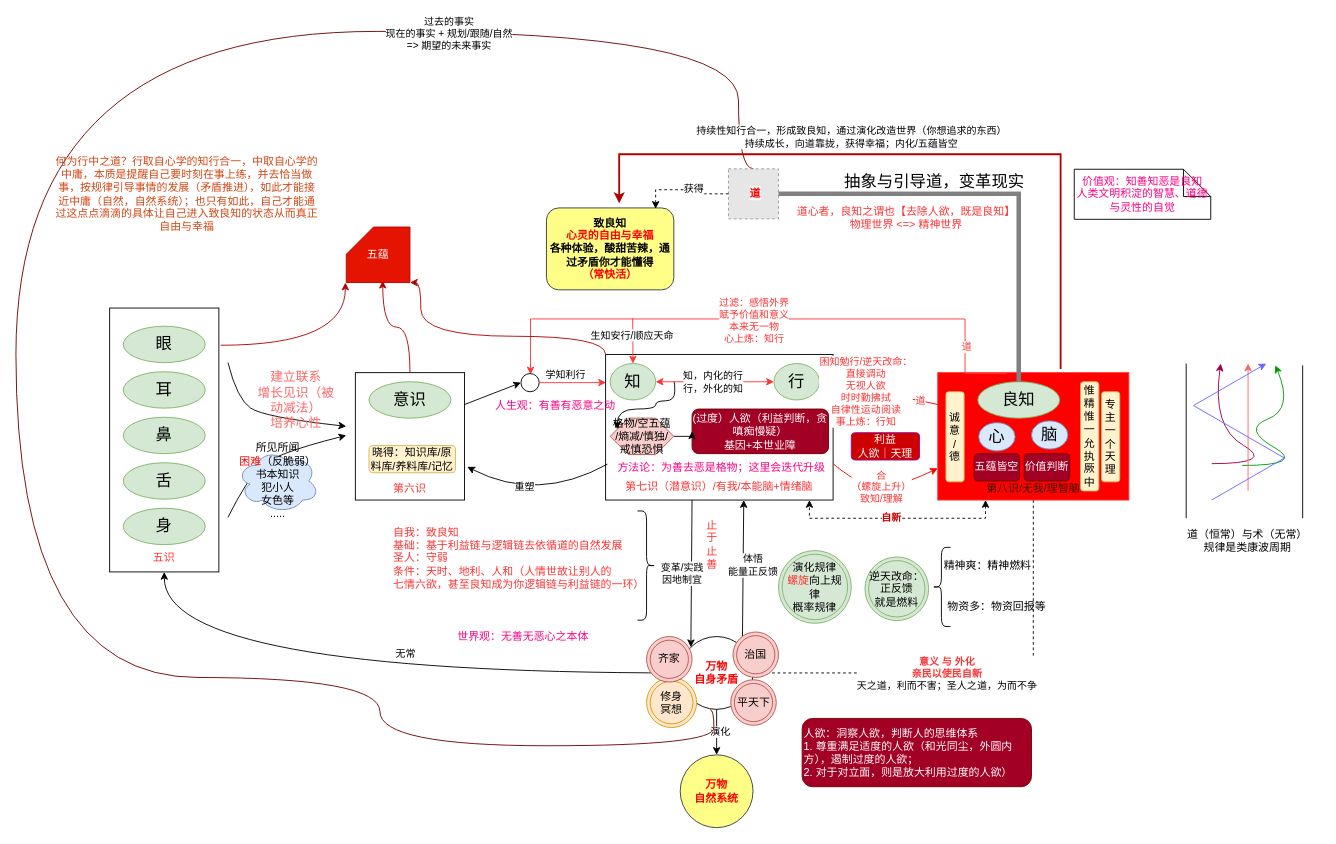
This is page "良知" (1 of 2) of xinxue.drawio from kason-huang/DrawIO, a draw.io file, before an edit. Source tidied: cells renumbered, new cells numbered last; positions are measured from the earlier drawing's top-left corner, leaving out a move shared by most shapes. Both pictures are drawn from the tidied source at 91%, with x=0, y=0 at pixel (15, 31). Pictures stored in the file or linked from it are replaced by grey dashed boxes.
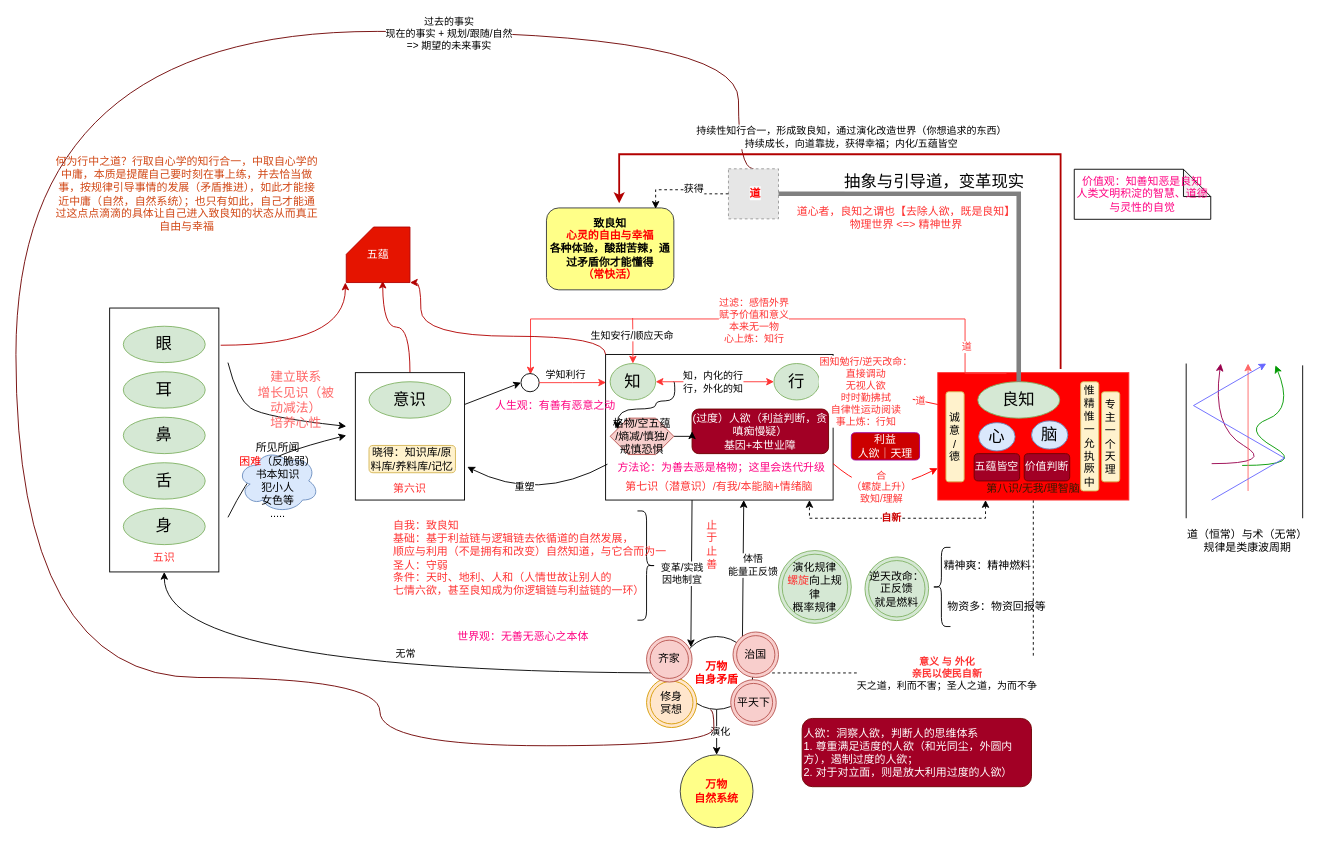
Above is the later version.

What changed in the source:
```diff
@@
-    <mxCell id="69" value="&lt;font color=&quot;#ff3333&quot;&gt;自我：致良知&lt;/font&gt;&lt;div&gt;&lt;font color=&quot;#ff3333&quot;&gt;基础：基于利益链与逻辑链去依循道的自然发展&lt;/font&gt;&lt;/div&gt;&lt;div&gt;&lt;font color=&quot;#ff3333&quot;&gt;圣人：守弱&lt;/font&gt;&lt;/div&gt;&lt;div&gt;&lt;font color=&quot;#ff3333&quot;&gt;条件：天时、地利、人和（人情世故让别人的&lt;/font&gt;&lt;/div&gt;&lt;div&gt;&lt;font color=&quot;#ff3333&quot;&gt;七情六欲，甚至良知成为你逻辑链与利益链的一环）&lt;/font&gt;&lt;/div&gt;" style="text;html=1;align=left;verticalAlign=middle;strokeColor=none;fillColor=none;" parent="1" vertex="1">
-      <mxGeometry x="413" y="534" width="300" height="90" as="geometry" />
+    <mxCell id="69" value="&lt;font color=&quot;#ff3333&quot;&gt;自我：致良知&lt;/font&gt;&lt;div&gt;&lt;font color=&quot;#ff3333&quot;&gt;基础：基于利益链与逻辑链去依循道的自然发展，&lt;/font&gt;&lt;/div&gt;&lt;div&gt;&lt;font color=&quot;#ff3333&quot;&gt;顺应与利用（不是拥有和改变）自然知道，与它合而为一&lt;/font&gt;&lt;/div&gt;&lt;div&gt;&lt;font color=&quot;#ff3333&quot;&gt;圣人：守弱&lt;/font&gt;&lt;/div&gt;&lt;div&gt;&lt;font color=&quot;#ff3333&quot;&gt;条件：天时、地利、人和（人情世故让别人的&lt;/font&gt;&lt;/div&gt;&lt;div&gt;&lt;font color=&quot;#ff3333&quot;&gt;七情六欲，甚至良知成为你逻辑链与利益链的一环）&lt;/font&gt;&lt;/div&gt;" style="text;html=1;align=left;verticalAlign=middle;strokeColor=none;fillColor=none;" parent="1" vertex="1">
+      <mxGeometry x="413" y="529" width="320" height="100" as="geometry" />
     </mxCell>
```
